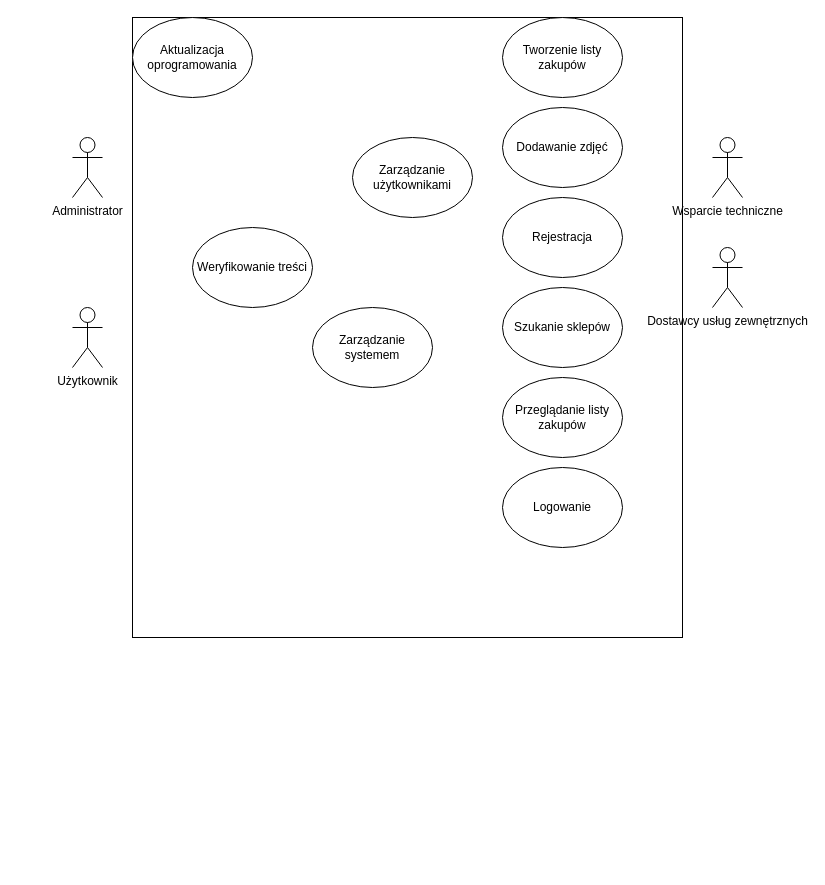
This is Untitled Diagram.drawio from przemekszw/ReactApp, a draw.io file, before an edit. Source tidied: cells renumbered, new cells numbered last; positions are measured from the earlier drawing's top-left corner, leaving out a move shared by most shapes. Both pictures are drawn from the tidied source at 100%, with x=0, y=0 at pixel (72, 17).
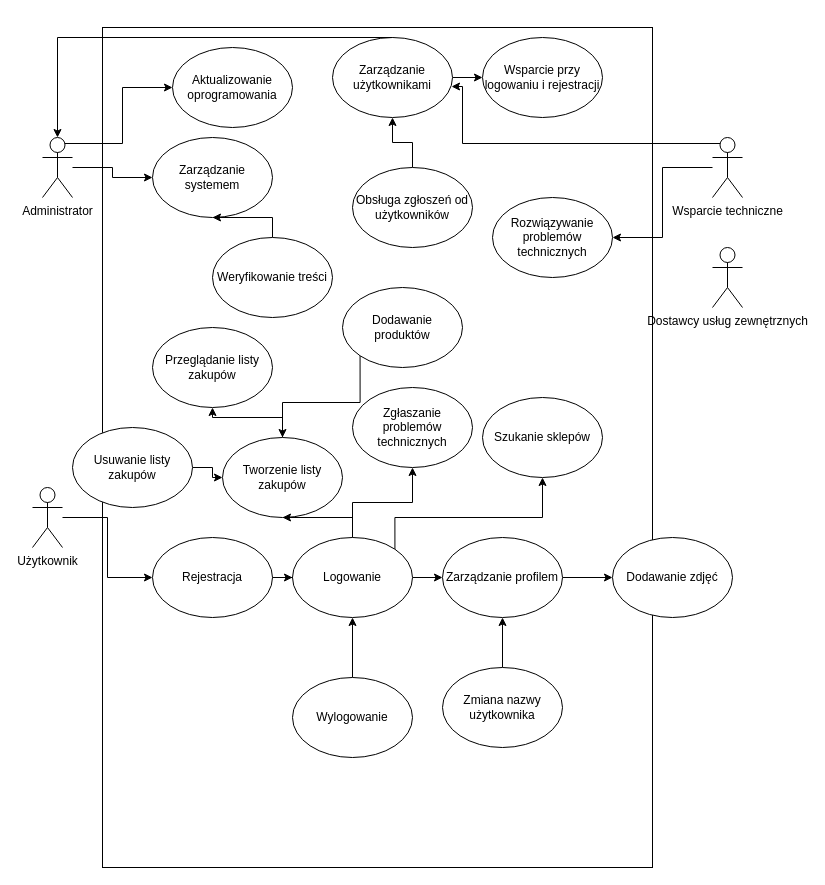
Above is the later version.

The change refers to these unchanged cells:
```xml
<mxCell id="15" value="&lt;div&gt;Wsparcie techniczne&lt;/div&gt;" style="shape=umlActor;verticalLabelPosition=bottom;verticalAlign=top;html=1;outlineConnect=0;" parent="1" vertex="1">
  <mxGeometry x="640" y="120" width="30" height="60" as="geometry" />
</mxCell>
```

The edit, as a diff of the source:
```diff
@@
+    <mxCell id="4" style="rounded=0;whiteSpace=wrap;html=1;shadow=0;" parent="1" vertex="1">
+      <mxGeometry x="30" y="10" width="550" height="840" as="geometry" />
+    </mxCell>
+    <mxCell id="17" style="edgeStyle=orthogonalEdgeStyle;rounded=0;jettySize=auto;html=1;" parent="1" edge="1" source="2" target="13">
+      <mxGeometry relative="1" as="geometry" />
+    </mxCell>
+    <mxCell id="18" style="edgeStyle=orthogonalEdgeStyle;rounded=0;jettySize=auto;html=1;exitX=0.75;exitY=0.1;exitDx=0;exitDy=0;exitPerimeter=0;entryX=0;entryY=0.5;entryDx=0;entryDy=0;" parent="1" edge="1" source="2" target="5">
+      <mxGeometry relative="1" as="geometry" />
+    </mxCell>
     <mxCell id="2" value="&lt;div&gt;Administrator&lt;/div&gt;" style="shape=umlActor;verticalLabelPosition=bottom;verticalAlign=top;html=1;outlineConnect=0;" parent="1" vertex="1">
-      <mxGeometry y="120" width="30" height="60" as="geometry" />
+      <mxGeometry x="-30" y="120" width="30" height="60" as="geometry" />
     </mxCell>
+    <mxCell id="19" style="edgeStyle=orthogonalEdgeStyle;rounded=0;jettySize=auto;html=1;" parent="1" edge="1" source="3" target="10">
+      <mxGeometry relative="1" as="geometry" />
+    </mxCell>
     <mxCell id="3" value="&lt;div&gt;Użytkownik&lt;/div&gt;" style="shape=umlActor;verticalLabelPosition=bottom;verticalAlign=top;html=1;outlineConnect=0;" parent="1" vertex="1">
-      <mxGeometry y="290" width="30" height="60" as="geometry" />
+      <mxGeometry x="-40" y="470" width="30" height="60" as="geometry" />
     </mxCell>
-    <mxCell id="4" style="rounded=0;whiteSpace=wrap;html=1;" parent="1" vertex="1">
-      <mxGeometry x="60" width="550" height="620" as="geometry" />
-    </mxCell>
-    <mxCell id="5" value="&lt;div&gt;Aktualizacja oprogramowania&lt;/div&gt;" style="ellipse;whiteSpace=wrap;html=1;" parent="1" vertex="1">
-      <mxGeometry x="60" width="120" height="80" as="geometry" />
+    <mxCell id="5" value="&lt;div&gt;Aktualizowanie oprogramowania&lt;/div&gt;" style="ellipse;whiteSpace=wrap;html=1;" parent="1" vertex="1">
+      <mxGeometry x="100" y="30" width="120" height="80" as="geometry" />
     </mxCell>
     <mxCell id="6" value="Przeglądanie listy zakupów" style="ellipse;whiteSpace=wrap;html=1;" parent="1" vertex="1">
-      <mxGeometry x="430" y="360" width="120" height="80" as="geometry" />
+      <mxGeometry x="80" y="310" width="120" height="80" as="geometry" />
     </mxCell>
+    <mxCell id="20" style="edgeStyle=orthogonalEdgeStyle;rounded=0;jettySize=auto;html=1;" parent="1" edge="1" source="7" target="6">
+      <mxGeometry relative="1" as="geometry" />
+    </mxCell>
     <mxCell id="7" value="Tworzenie listy zakupów" style="ellipse;whiteSpace=wrap;html=1;" parent="1" vertex="1">
-      <mxGeometry x="430" width="120" height="80" as="geometry" />
+      <mxGeometry x="150" y="420" width="120" height="80" as="geometry" />
     </mxCell>
     <mxCell id="8" value="&lt;div&gt;Dodawanie zdjęć&lt;/div&gt;" style="ellipse;whiteSpace=wrap;html=1;" parent="1" vertex="1">
-      <mxGeometry x="430" y="90" width="120" height="80" as="geometry" />
+      <mxGeometry x="540" y="520" width="120" height="80" as="geometry" />
     </mxCell>
+    <mxCell id="21" style="edgeStyle=orthogonalEdgeStyle;rounded=0;jettySize=auto;html=1;" parent="1" edge="1" source="9" target="7">
+      <mxGeometry relative="1" as="geometry" />
+    </mxCell>
+    <mxCell id="22" style="edgeStyle=orthogonalEdgeStyle;rounded=0;jettySize=auto;html=1;exitX=1;exitY=0;exitDx=0;exitDy=0;" parent="1" edge="1" source="9" target="11">
+      <mxGeometry relative="1" as="geometry">
+        <Array as="points">
+          <mxPoint x="322" y="500" />
+          <mxPoint x="470" y="500" />
+        </Array>
+      </mxGeometry>
+    </mxCell>
+    <mxCell id="23" style="edgeStyle=orthogonalEdgeStyle;rounded=0;jettySize=auto;html=1;entryX=0.5;entryY=1;entryDx=0;entryDy=0;" parent="1" edge="1" source="9" target="35">
+      <mxGeometry relative="1" as="geometry" />
+    </mxCell>
+    <mxCell id="24" style="edgeStyle=orthogonalEdgeStyle;rounded=0;jettySize=auto;html=1;" parent="1" edge="1" source="9" target="41">
+      <mxGeometry relative="1" as="geometry" />
+    </mxCell>
     <mxCell id="9" value="&lt;div&gt;Logowanie&lt;/div&gt;" style="ellipse;whiteSpace=wrap;html=1;" parent="1" vertex="1">
-      <mxGeometry x="430" y="450" width="120" height="80" as="geometry" />
+      <mxGeometry x="220" y="520" width="120" height="80" as="geometry" />
     </mxCell>
+    <mxCell id="25" style="edgeStyle=orthogonalEdgeStyle;rounded=0;jettySize=auto;html=1;" parent="1" edge="1" source="10" target="9">
+      <mxGeometry relative="1" as="geometry" />
+    </mxCell>
     <mxCell id="10" value="&lt;div&gt;Rejestracja&lt;/div&gt;" style="ellipse;whiteSpace=wrap;html=1;" parent="1" vertex="1">
-      <mxGeometry x="430" y="180" width="120" height="80" as="geometry" />
+      <mxGeometry x="80" y="520" width="120" height="80" as="geometry" />
     </mxCell>
     <mxCell id="11" value="Szukanie sklepów" style="ellipse;whiteSpace=wrap;html=1;" parent="1" vertex="1">
-      <mxGeometry x="430" y="270" width="120" height="80" as="geometry" />
+      <mxGeometry x="410" y="380" width="120" height="80" as="geometry" />
     </mxCell>
+    <mxCell id="26" style="edgeStyle=orthogonalEdgeStyle;rounded=0;jettySize=auto;html=1;" parent="1" edge="1" source="12" target="33">
+      <mxGeometry relative="1" as="geometry" />
+    </mxCell>
     <mxCell id="12" value="Zarządzanie użytkownikami" style="ellipse;whiteSpace=wrap;html=1;" parent="1" vertex="1">
-      <mxGeometry x="280" y="120" width="120" height="80" as="geometry" />
+      <mxGeometry x="260" y="20" width="120" height="80" as="geometry" />
     </mxCell>
     <mxCell id="13" value="Zarządzanie systemem" style="ellipse;whiteSpace=wrap;html=1;" parent="1" vertex="1">
-      <mxGeometry x="240" y="290" width="120" height="80" as="geometry" />
+      <mxGeometry x="80" y="120" width="120" height="80" as="geometry" />
     </mxCell>
+    <mxCell id="27" style="edgeStyle=orthogonalEdgeStyle;rounded=0;jettySize=auto;html=1;" parent="1" edge="1" source="14" target="13">
+      <mxGeometry relative="1" as="geometry" />
+    </mxCell>
     <mxCell id="14" value="Weryfikowanie treści" style="ellipse;whiteSpace=wrap;html=1;" parent="1" vertex="1">
-      <mxGeometry x="120" y="210" width="120" height="80" as="geometry" />
+      <mxGeometry x="140" y="220" width="120" height="80" as="geometry" />
     </mxCell>
+    <mxCell id="28" style="edgeStyle=orthogonalEdgeStyle;rounded=0;jettySize=auto;html=1;" parent="1" edge="1" source="15" target="31">
+      <mxGeometry relative="1" as="geometry" />
+    </mxCell>
@@
+    <mxCell id="29" style="edgeStyle=orthogonalEdgeStyle;rounded=0;jettySize=auto;html=1;" parent="1" edge="1" source="30" target="12">
+      <mxGeometry relative="1" as="geometry" />
+    </mxCell>
+    <mxCell id="30" value="Obsługa zgłoszeń od użytkowników" style="ellipse;whiteSpace=wrap;html=1;" parent="1" vertex="1">
+      <mxGeometry x="280" y="150" width="120" height="80" as="geometry" />
+    </mxCell>
+    <mxCell id="31" value="Rozwiązywanie problemów technicznych" style="ellipse;whiteSpace=wrap;html=1;" parent="1" vertex="1">
+      <mxGeometry x="420" y="180" width="120" height="80" as="geometry" />
+    </mxCell>
+    <mxCell id="32" style="edgeStyle=orthogonalEdgeStyle;rounded=0;jettySize=auto;html=1;entryX=0.5;entryY=0;entryDx=0;entryDy=0;entryPerimeter=0;" parent="1" edge="1" source="12" target="2">
+      <mxGeometry relative="1" as="geometry">
+        <Array as="points">
+          <mxPoint x="-15" y="20" />
+        </Array>
+      </mxGeometry>
+    </mxCell>
+    <mxCell id="33" value="Wsparcie przy logowaniu i rejestracji" style="ellipse;whiteSpace=wrap;html=1;" parent="1" vertex="1">
+      <mxGeometry x="410" y="20" width="120" height="80" as="geometry" />
+    </mxCell>
+    <mxCell id="34" style="edgeStyle=orthogonalEdgeStyle;rounded=0;jettySize=auto;html=1;exitX=0.25;exitY=0.1;exitDx=0;exitDy=0;exitPerimeter=0;entryX=0.992;entryY=0.613;entryDx=0;entryDy=0;entryPerimeter=0;" parent="1" edge="1" source="15" target="12">
+      <mxGeometry relative="1" as="geometry">
+        <Array as="points">
+          <mxPoint x="390" y="126" />
+          <mxPoint x="390" y="69" />
+        </Array>
+      </mxGeometry>
+    </mxCell>
+    <mxCell id="35" value="Zgłaszanie problemów technicznych" style="ellipse;whiteSpace=wrap;html=1;" parent="1" vertex="1">
+      <mxGeometry x="280" y="370" width="120" height="80" as="geometry" />
+    </mxCell>
+    <mxCell id="36" style="edgeStyle=orthogonalEdgeStyle;rounded=0;jettySize=auto;html=1;" parent="1" edge="1" source="37" target="7">
+      <mxGeometry relative="1" as="geometry" />
+    </mxCell>
+    <mxCell id="37" value="Usuwanie listy zakupów" style="ellipse;whiteSpace=wrap;html=1;" parent="1" vertex="1">
+      <mxGeometry y="410" width="120" height="80" as="geometry" />
+    </mxCell>
+    <mxCell id="38" style="edgeStyle=orthogonalEdgeStyle;rounded=0;jettySize=auto;html=1;exitX=0;exitY=1;exitDx=0;exitDy=0;" parent="1" edge="1" source="39" target="7">
+      <mxGeometry relative="1" as="geometry" />
+    </mxCell>
+    <mxCell id="39" value="Dodawanie produktów" style="ellipse;whiteSpace=wrap;html=1;" parent="1" vertex="1">
+      <mxGeometry x="270" y="270" width="120" height="80" as="geometry" />
+    </mxCell>
+    <mxCell id="40" style="edgeStyle=orthogonalEdgeStyle;rounded=0;jettySize=auto;html=1;" parent="1" edge="1" source="41" target="8">
+      <mxGeometry relative="1" as="geometry" />
+    </mxCell>
+    <mxCell id="41" value="&lt;div&gt;Zarządzanie profilem&lt;/div&gt;" style="ellipse;whiteSpace=wrap;html=1;" parent="1" vertex="1">
+      <mxGeometry x="370" y="520" width="120" height="80" as="geometry" />
+    </mxCell>
+    <mxCell id="42" style="edgeStyle=orthogonalEdgeStyle;rounded=0;jettySize=auto;html=1;" parent="1" edge="1" source="43" target="41">
+      <mxGeometry relative="1" as="geometry" />
+    </mxCell>
+    <mxCell id="43" value="&lt;div&gt;Zmiana nazwy użytkownika&lt;/div&gt;" style="ellipse;whiteSpace=wrap;html=1;" parent="1" vertex="1">
+      <mxGeometry x="370" y="650" width="120" height="80" as="geometry" />
+    </mxCell>
+    <mxCell id="44" style="edgeStyle=orthogonalEdgeStyle;rounded=0;jettySize=auto;html=1;" parent="1" edge="1" source="45" target="9">
+      <mxGeometry relative="1" as="geometry" />
+    </mxCell>
+    <mxCell id="45" value="Wylogowanie" style="ellipse;whiteSpace=wrap;html=1;" parent="1" vertex="1">
+      <mxGeometry x="220" y="660" width="120" height="80" as="geometry" />
+    </mxCell>
```
